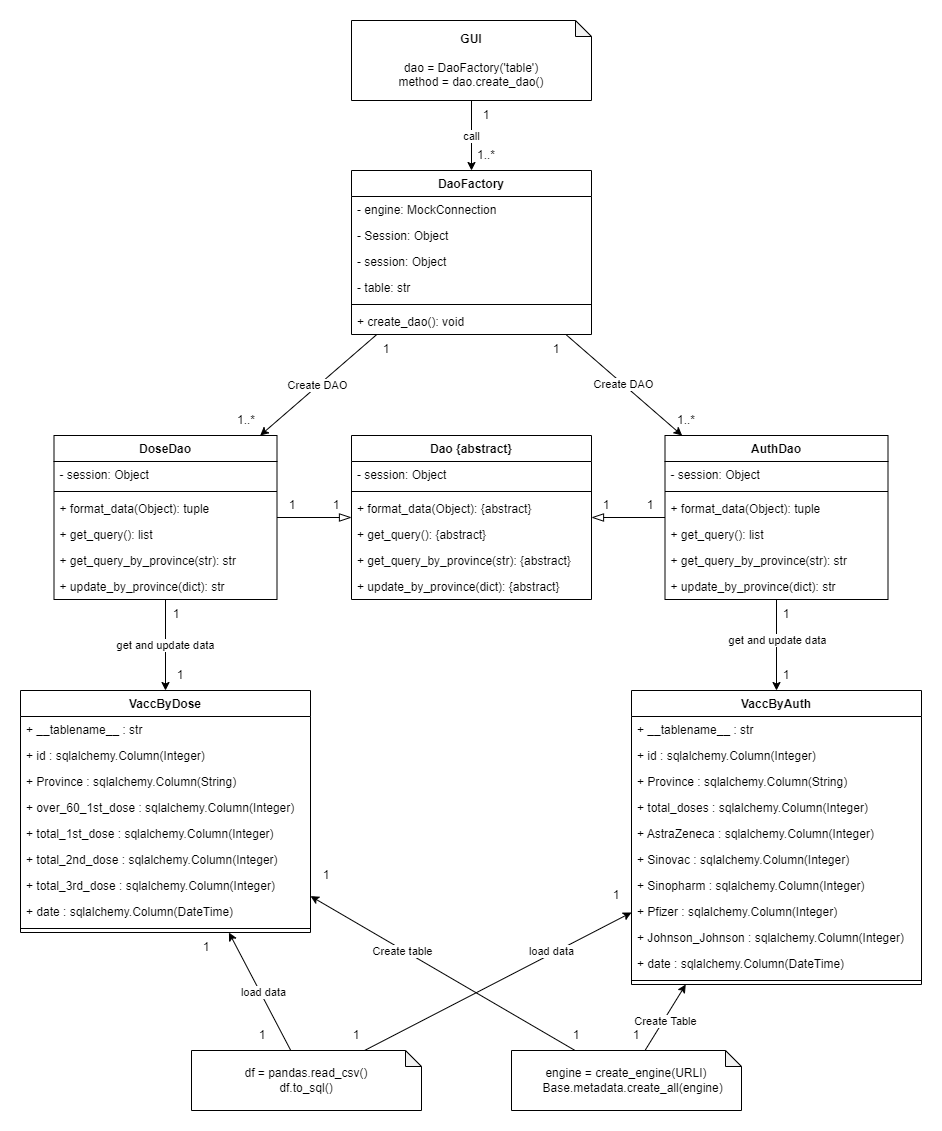
The draw.io diagram image/Thailand-COVID-19-Vaccination-UML-class-diagram.png in Thanabardi/Thailand-COVID-19-Vaccination, before a commit. Source tidied: cells renumbered, new cells last; positions are measured from the earlier drawing's top-left corner, leaving out a move shared by most shapes.
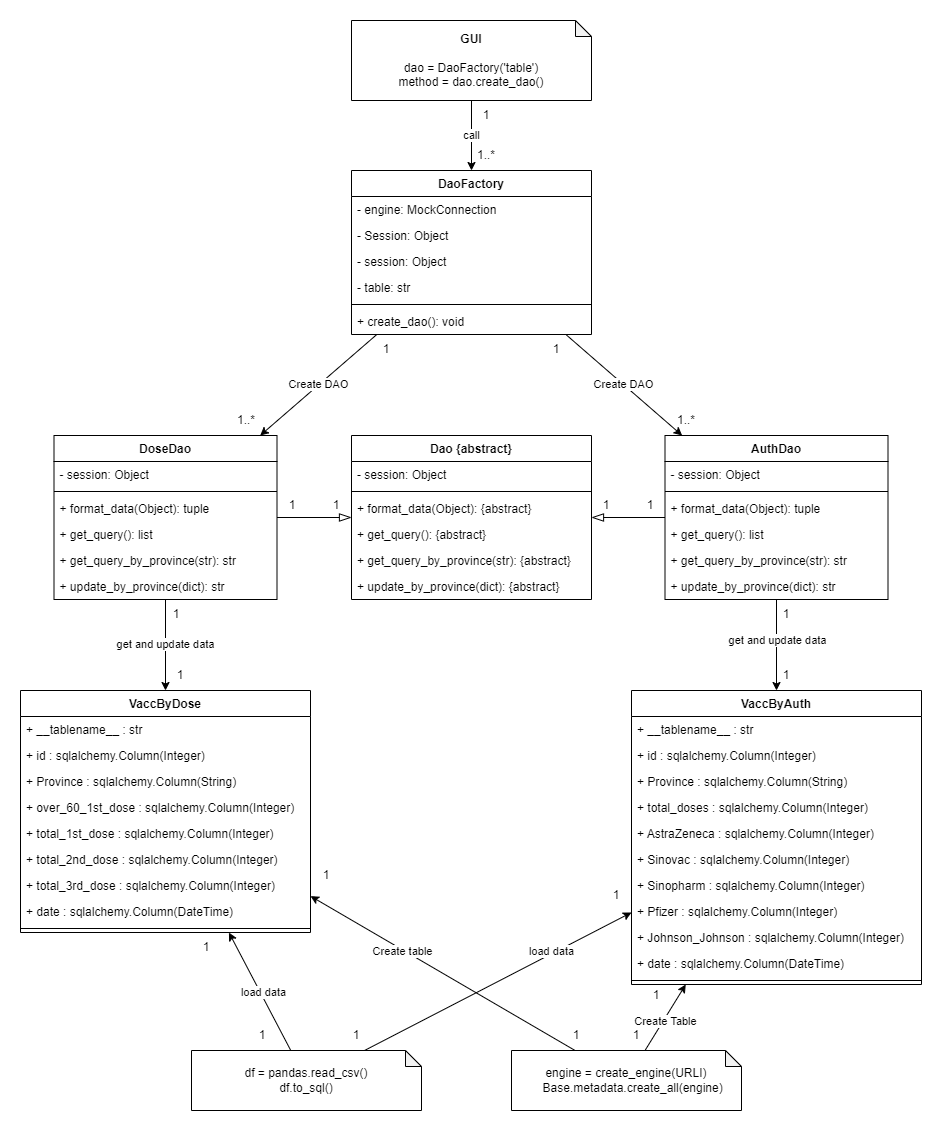
The same file after the commit.

Diff of the diagram source:
```diff
@@ -282,5 +282,8 @@
     <mxCell id="91" value="1" style="text;html=1;strokeColor=none;fillColor=none;align=center;verticalAlign=middle;whiteSpace=wrap;rounded=0;" parent="1" vertex="1">
       <mxGeometry x="451" y="80" width="30" height="30" as="geometry" />
     </mxCell>
+    <mxCell id="92" value="1" style="text;html=1;strokeColor=none;fillColor=none;align=center;verticalAlign=middle;whiteSpace=wrap;rounded=0;" parent="1" vertex="1">
+      <mxGeometry x="621" y="960" width="30" height="30" as="geometry" />
+    </mxCell>
   </root>
 </mxGraphModel>
```
